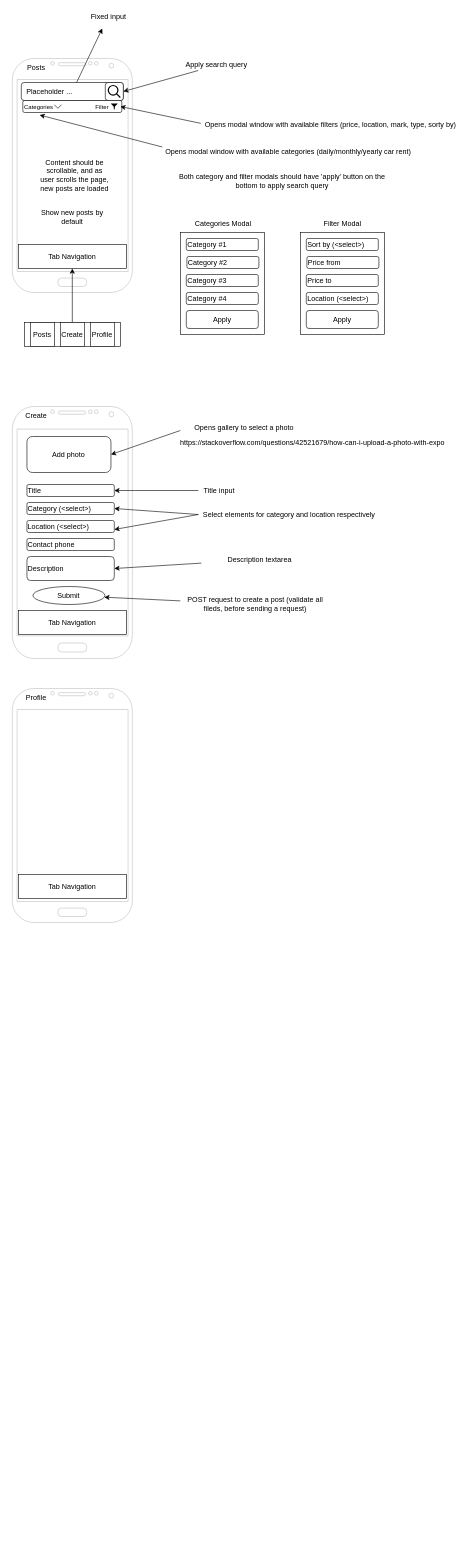
The draw.io diagram page "Content" (3 of 3) of startup.drawio in Madi-S/kolik, before the edit. Source tidied: cells renumbered, new cells numbered last; positions are measured from the earlier drawing's top-left corner, leaving out a move shared by most shapes. Both pictures are drawn from the tidied source at 60%, with x=0, y=0 at pixel (12, 10). Pictures stored in the file or linked from it are replaced by grey dashed boxes.
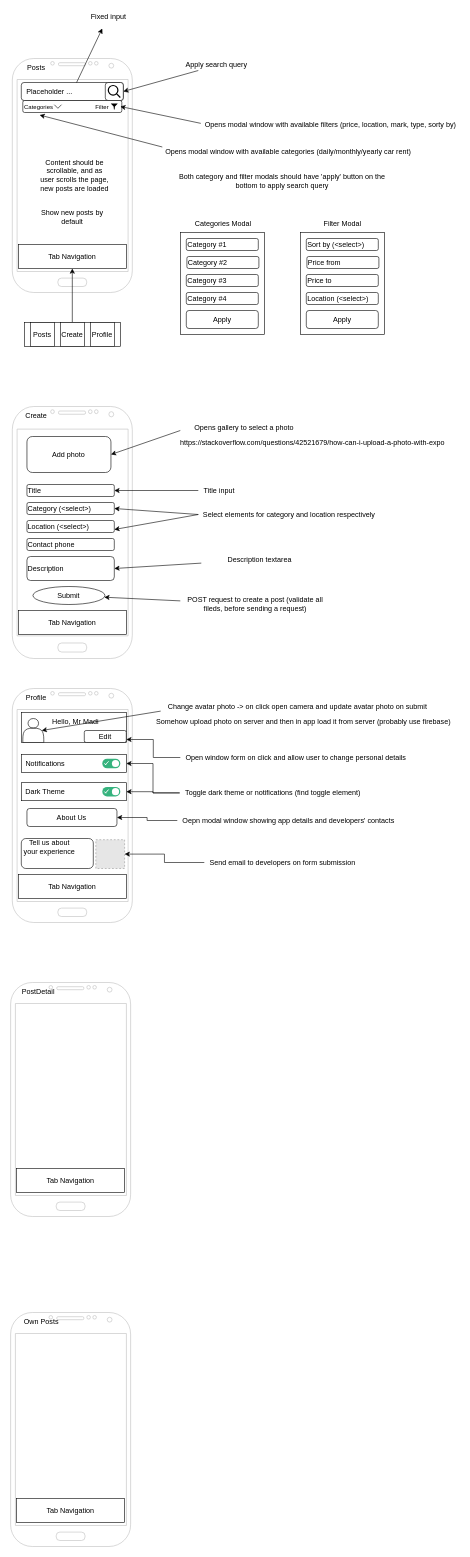
Above is the later version.

Change to the diagram source:
```diff
@@
+    <mxCell id="67" style="rounded=0;whiteSpace=wrap;html=1;" parent="1" vertex="1">
+      <mxGeometry x="15" y="1240" width="175" height="30" as="geometry" />
+    </mxCell>
+    <mxCell id="68" style="rounded=0;whiteSpace=wrap;html=1;" parent="1" vertex="1">
+      <mxGeometry x="15" y="1170" width="175" height="50" as="geometry" />
+    </mxCell>
@@
+    <mxCell id="69" style="verticalLabelPosition=bottom;verticalAlign=top;html=1;shadow=0;dashed=0;strokeWidth=1;shape=mxgraph.android.phone2;strokeColor=#c0c0c0;" parent="1" vertex="1">
+      <mxGeometry x="-2.8" y="1620" width="200" height="390" as="geometry" />
+    </mxCell>
+    <mxCell id="70" value="Tab Navigation" style="rounded=0;whiteSpace=wrap;html=1;" parent="1" vertex="1">
+      <mxGeometry x="7.2" y="1930" width="180" height="40" as="geometry" />
+    </mxCell>
+    <mxCell id="71" value="PostDetail" style="text;html=1;strokeColor=none;fillColor=none;align=center;verticalAlign=middle;whiteSpace=wrap;rounded=0;" parent="1" vertex="1">
+      <mxGeometry x="7.2" y="1620" width="72.8" height="30" as="geometry" />
+    </mxCell>
+    <mxCell id="72" style="verticalLabelPosition=bottom;verticalAlign=top;html=1;shadow=0;dashed=0;strokeWidth=1;shape=mxgraph.android.phone2;strokeColor=#c0c0c0;" parent="1" vertex="1">
+      <mxGeometry x="-2.8" y="2170" width="200" height="390" as="geometry" />
+    </mxCell>
+    <mxCell id="73" value="Tab Navigation" style="rounded=0;whiteSpace=wrap;html=1;" parent="1" vertex="1">
+      <mxGeometry x="7.2" y="2480" width="180" height="40" as="geometry" />
+    </mxCell>
+    <mxCell id="74" value="Own Posts" style="text;html=1;strokeColor=none;fillColor=none;align=center;verticalAlign=middle;whiteSpace=wrap;rounded=0;" parent="1" vertex="1">
+      <mxGeometry x="7.2" y="2170" width="82.8" height="30" as="geometry" />
+    </mxCell>
+    <mxCell id="75" style="shape=actor;whiteSpace=wrap;html=1;" parent="1" vertex="1">
+      <mxGeometry x="17.5" y="1180" width="35" height="40" as="geometry" />
+    </mxCell>
+    <mxCell id="76" value="Edit" style="rounded=1;whiteSpace=wrap;html=1;" parent="1" vertex="1">
+      <mxGeometry x="120" y="1200" width="70" height="20" as="geometry" />
+    </mxCell>
+    <mxCell id="77" value="Change avatar photo -&amp;gt; on click open camera and update avatar photo on submit" style="text;html=1;align=center;verticalAlign=middle;points=[];strokeColor=none;fillColor=none;" parent="1" vertex="1">
+      <mxGeometry x="250" y="1150" width="450" height="20" as="geometry" />
+    </mxCell>
+    <mxCell id="78" value="Somehow upload photo on server and then in app load it from server (probably use firebase)" style="text;html=1;align=center;verticalAlign=middle;strokeColor=none;fillColor=none;" parent="1" vertex="1">
+      <mxGeometry x="230" y="1175" width="510" height="20" as="geometry" />
+    </mxCell>
+    <mxCell id="79" style="endArrow=classic;html=1;rounded=0;entryX=0.9;entryY=0.5;entryDx=0;entryDy=0;entryPerimeter=0;exitX=-0.006;exitY=0.885;exitDx=0;exitDy=0;exitPerimeter=0;" parent="1" edge="1" source="77" target="75">
+      <mxGeometry relative="1" as="geometry" />
+    </mxCell>
+    <mxCell id="80" value="Hello, Mr Madi" style="text;html=1;strokeColor=none;fillColor=none;align=center;verticalAlign=middle;whiteSpace=wrap;rounded=0;" parent="1" vertex="1">
+      <mxGeometry x="50.7" y="1170" width="109.3" height="30" as="geometry" />
+    </mxCell>
+    <mxCell id="81" style="edgeStyle=orthogonalEdgeStyle;rounded=0;jettySize=auto;html=1;entryX=1;entryY=0.75;entryDx=0;entryDy=0;" parent="1" edge="1" source="82" target="76">
+      <mxGeometry relative="1" as="geometry" />
+    </mxCell>
+    <mxCell id="82" value="Open window form on click and allow user to change personal details&amp;nbsp;" style="text;html=1;strokeColor=none;fillColor=none;align=center;verticalAlign=middle;whiteSpace=wrap;rounded=0;" parent="1" vertex="1">
+      <mxGeometry x="280" y="1230" width="389" height="30" as="geometry" />
+    </mxCell>
+    <mxCell id="83" value="Notifications" style="text;html=1;strokeColor=none;fillColor=none;align=center;verticalAlign=middle;whiteSpace=wrap;rounded=0;" parent="1" vertex="1">
+      <mxGeometry x="20" y="1240" width="70" height="30" as="geometry" />
+    </mxCell>
+    <mxCell id="84" style="fillColor=#36B37E;strokeColor=none;rounded=1;arcSize=50;sketch=0;hachureGap=4;fontFamily=Architects Daughter;fontSize=20;" parent="1" vertex="1">
+      <mxGeometry x="150" y="1247" width="30" height="16" as="geometry" />
+    </mxCell>
+    <mxCell id="85" style="shape=ellipse;strokeColor=none;fillColor=#ffffff;sketch=0;hachureGap=4;fontFamily=Architects Daughter;fontSize=20;" parent="84" vertex="1">
+      <mxGeometry x="1" y="0.5" width="12" height="12" relative="1" as="geometry">
+        <mxPoint x="-14" y="-6" as="offset" />
+      </mxGeometry>
+    </mxCell>
+    <mxCell id="86" style="html=1;shadow=0;dashed=0;shape=mxgraph.atlassian.check;strokeColor=#ffffff;sketch=1;hachureGap=4;fontFamily=Architects Daughter;fontSize=20;" parent="84" vertex="1">
+      <mxGeometry y="0.5" width="6" height="5" relative="1" as="geometry">
+        <mxPoint x="4" y="-3" as="offset" />
+      </mxGeometry>
+    </mxCell>
+    <mxCell id="87" style="rounded=0;whiteSpace=wrap;html=1;" parent="1" vertex="1">
+      <mxGeometry x="15" y="1287" width="175" height="30" as="geometry" />
+    </mxCell>
+    <mxCell id="88" value="Dark Theme" style="text;html=1;strokeColor=none;fillColor=none;align=center;verticalAlign=middle;whiteSpace=wrap;rounded=0;" parent="1" vertex="1">
+      <mxGeometry x="20" y="1287" width="70" height="30" as="geometry" />
+    </mxCell>
+    <mxCell id="89" style="fillColor=#36B37E;strokeColor=none;rounded=1;arcSize=50;sketch=0;hachureGap=4;fontFamily=Architects Daughter;fontSize=20;" parent="1" vertex="1">
+      <mxGeometry x="150" y="1294" width="30" height="16" as="geometry" />
+    </mxCell>
+    <mxCell id="90" style="shape=ellipse;strokeColor=none;fillColor=#ffffff;sketch=0;hachureGap=4;fontFamily=Architects Daughter;fontSize=20;" parent="89" vertex="1">
+      <mxGeometry x="1" y="0.5" width="12" height="12" relative="1" as="geometry">
+        <mxPoint x="-14" y="-6" as="offset" />
+      </mxGeometry>
+    </mxCell>
+    <mxCell id="91" style="html=1;shadow=0;dashed=0;shape=mxgraph.atlassian.check;strokeColor=#ffffff;sketch=1;hachureGap=4;fontFamily=Architects Daughter;fontSize=20;" parent="89" vertex="1">
+      <mxGeometry y="0.5" width="6" height="5" relative="1" as="geometry">
+        <mxPoint x="4" y="-3" as="offset" />
+      </mxGeometry>
+    </mxCell>
+    <mxCell id="92" style="rounded=1;whiteSpace=wrap;html=1;" parent="1" vertex="1">
+      <mxGeometry x="15" y="1380" width="120" height="50" as="geometry" />
+    </mxCell>
+    <mxCell id="93" value="Tell us about your experience" style="text;html=1;strokeColor=none;fillColor=none;align=center;verticalAlign=middle;whiteSpace=wrap;rounded=0;" parent="1" vertex="1">
+      <mxGeometry x="17.5" y="1380" width="88" height="30" as="geometry" />
+    </mxCell>
+    <mxCell id="94" style="fillColor=#E6E6E6;strokeColor=#999999;dashed=1;html=1;verticalAlign=top;verticalLabelPosition=bottom;labelBackgroundColor=#ffffff;" parent="1" vertex="1">
+      <mxGeometry x="139.2" y="1382" width="48" height="48" as="geometry" />
+    </mxCell>
+    <mxCell id="95" value="About Us" style="rounded=1;whiteSpace=wrap;html=1;" parent="1" vertex="1">
+      <mxGeometry x="24.4" y="1330" width="150" height="30" as="geometry" />
+    </mxCell>
+    <mxCell id="96" style="edgeStyle=orthogonalEdgeStyle;rounded=0;jettySize=auto;html=1;entryX=1;entryY=0.5;entryDx=0;entryDy=0;" parent="1" edge="1" source="97" target="95">
+      <mxGeometry relative="1" as="geometry" />
+    </mxCell>
+    <mxCell id="97" value="Oepn modal window showing app details and developers' contacts" style="text;html=1;align=center;verticalAlign=middle;points=[];strokeColor=none;fillColor=none;" parent="1" vertex="1">
+      <mxGeometry x="275" y="1340" width="370" height="20" as="geometry" />
+    </mxCell>
+    <mxCell id="98" style="edgeStyle=orthogonalEdgeStyle;rounded=0;jettySize=auto;html=1;entryX=1;entryY=0.5;entryDx=0;entryDy=0;" parent="1" edge="1" source="100" target="67">
+      <mxGeometry relative="1" as="geometry" />
+    </mxCell>
+    <mxCell id="99" style="edgeStyle=orthogonalEdgeStyle;rounded=0;jettySize=auto;html=1;" parent="1" edge="1" source="100" target="87">
+      <mxGeometry relative="1" as="geometry" />
+    </mxCell>
+    <mxCell id="100" value="Toggle dark theme or notifications (find toggle element)" style="text;html=1;align=center;verticalAlign=middle;points=[];strokeColor=none;fillColor=none;" parent="1" vertex="1">
+      <mxGeometry x="279" y="1294" width="310" height="20" as="geometry" />
+    </mxCell>
+    <mxCell id="101" style="edgeStyle=orthogonalEdgeStyle;rounded=0;jettySize=auto;html=1;" parent="1" edge="1" source="102" target="94">
+      <mxGeometry relative="1" as="geometry" />
+    </mxCell>
+    <mxCell id="102" value="Send email to developers on form submission" style="text;html=1;align=center;verticalAlign=middle;points=[];strokeColor=none;fillColor=none;" parent="1" vertex="1">
+      <mxGeometry x="320" y="1410" width="260" height="20" as="geometry" />
+    </mxCell>
```
